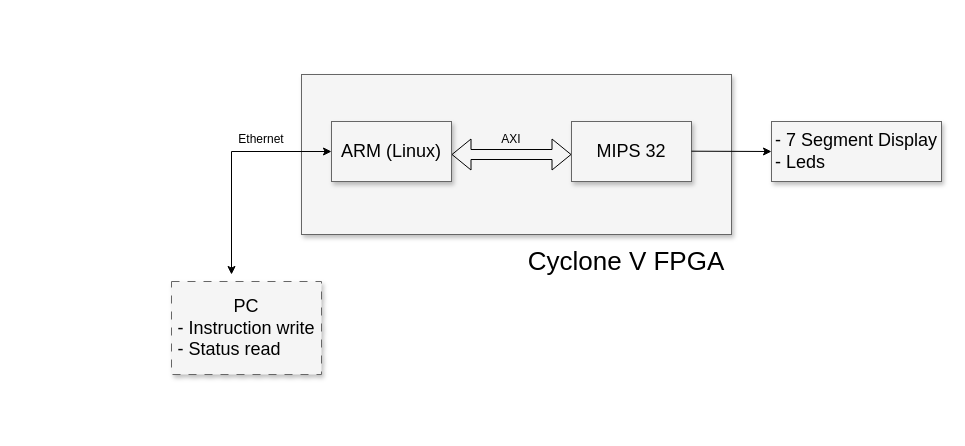
The draw.io diagram presentation/images/block_diagram.drawio in hvzzzz/cyclone_v_mips32, before the edit. Source tidied: cells renumbered, new cells numbered last; positions are measured from the earlier drawing's top-left corner, leaving out a move shared by most shapes. Both pictures are drawn from the tidied source at 100%, with x=0, y=0 at pixel (171, 74).
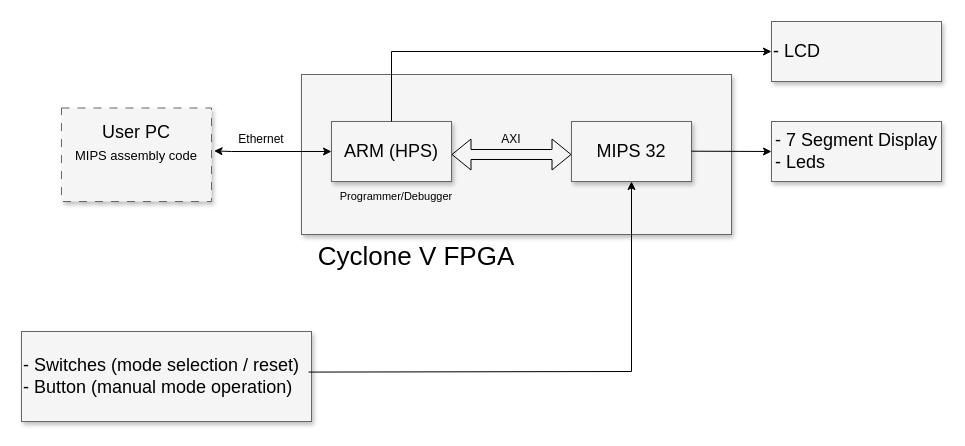
After the change.

Unchanged cells that the change refers to:
```xml
<mxCell id="5" value="MIPS 32" style="whiteSpace=wrap;html=1;shadow=1;fontSize=18;fillColor=#f5f5f5;strokeColor=#666666;" parent="1" vertex="1">
  <mxGeometry x="400" y="47" width="120" height="60" as="geometry" />
</mxCell>
```

Change to the diagram source:
```diff
@@
     <mxCell id="3" value="&lt;font style=&quot;font-size: 26px;&quot;&gt;Cyclone V FPGA&lt;/font&gt;" style="text;html=1;whiteSpace=wrap;strokeColor=none;fillColor=none;align=center;verticalAlign=middle;rounded=0;" parent="1" vertex="1">
-      <mxGeometry x="350" y="172" width="210" height="30" as="geometry" />
+      <mxGeometry x="140" y="167" width="210" height="30" as="geometry" />
     </mxCell>
-    <mxCell id="4" value="ARM (Linux)" style="whiteSpace=wrap;html=1;shadow=1;fontSize=18;fillColor=#f5f5f5;strokeColor=#666666;" parent="1" vertex="1">
+    <mxCell id="4" value="ARM (HPS)" style="whiteSpace=wrap;html=1;shadow=1;fontSize=18;fillColor=#f5f5f5;strokeColor=#666666;" parent="1" vertex="1">
       <mxGeometry x="160" y="47" width="120" height="60" as="geometry" />
     </mxCell>
@@
-    <mxCell id="10" style="endArrow=classic;startArrow=classic;html=1;rounded=0;" parent="1" edge="1">
+    <mxCell id="10" style="endArrow=classic;startArrow=classic;html=1;rounded=0;exitX=1.017;exitY=0.459;exitDx=0;exitDy=0;exitPerimeter=0;" parent="1" edge="1" source="11">
       <mxGeometry relative="1" as="geometry">
-        <mxPoint x="60" y="200" as="sourcePoint" />
         <mxPoint x="160" y="77" as="targetPoint" />
         <Array as="points">
           <mxPoint x="60" y="77" />
         </Array>
       </mxGeometry>
     </mxCell>
-    <mxCell id="11" value="&lt;div&gt;PC&lt;/div&gt;&lt;div align=&quot;left&quot;&gt;- Instruction write&lt;/div&gt;&lt;div align=&quot;left&quot;&gt;- Status read&lt;/div&gt;" style="whiteSpace=wrap;html=1;shadow=1;fontSize=18;fillColor=#f5f5f5;strokeColor=#666666;dashed=1;dashPattern=8 8;" parent="1" vertex="1">
-      <mxGeometry y="207" width="150" height="93" as="geometry" />
+    <mxCell id="11" value="&lt;div&gt;User PC&lt;/div&gt;&lt;div&gt;&lt;font style=&quot;font-size: 13px;&quot;&gt;MIPS assembly code&lt;/font&gt;&lt;/div&gt;&lt;div&gt;&lt;br&gt;&lt;/div&gt;" style="whiteSpace=wrap;html=1;shadow=1;fontSize=18;fillColor=#f5f5f5;strokeColor=#666666;dashed=1;dashPattern=8 8;" parent="1" vertex="1">
+      <mxGeometry x="-110" y="33.5" width="150" height="93.5" as="geometry" />
     </mxCell>
@@
+    <mxCell id="13" value="&lt;div align=&quot;left&quot;&gt;- LCD&lt;/div&gt;" style="whiteSpace=wrap;html=1;shadow=1;fontSize=18;fillColor=#f5f5f5;strokeColor=#666666;align=left;" parent="1" vertex="1">
+      <mxGeometry x="600" y="-53" width="170" height="60" as="geometry" />
+    </mxCell>
+    <mxCell id="14" style="endArrow=classic;html=1;rounded=0;exitX=0.5;exitY=0;exitDx=0;exitDy=0;entryX=0;entryY=0.5;entryDx=0;entryDy=0;" parent="1" edge="1" source="4" target="13">
+      <mxGeometry relative="1" as="geometry">
+        <Array as="points">
+          <mxPoint x="220" y="-23" />
+        </Array>
+      </mxGeometry>
+    </mxCell>
+    <mxCell id="15" value="Programmer/Debugger" style="text;html=1;whiteSpace=wrap;strokeColor=none;fillColor=none;align=center;verticalAlign=middle;rounded=0;fontSize=11;" parent="1" vertex="1">
+      <mxGeometry x="120" y="107" width="210" height="30" as="geometry" />
+    </mxCell>
+    <mxCell id="16" value="&lt;div align=&quot;left&quot;&gt;- Switches (mode selection / reset)&lt;/div&gt;&lt;div align=&quot;left&quot;&gt;- Button (manual mode operation)&lt;/div&gt;" style="whiteSpace=wrap;html=1;shadow=1;fontSize=18;fillColor=#f5f5f5;strokeColor=#666666;align=left;" parent="1" vertex="1">
+      <mxGeometry x="-150" y="257" width="290" height="90" as="geometry" />
+    </mxCell>
+    <mxCell id="17" style="endArrow=classic;html=1;rounded=0;exitX=0.99;exitY=0.451;exitDx=0;exitDy=0;entryX=0.5;entryY=1;entryDx=0;entryDy=0;exitPerimeter=0;" parent="1" edge="1" source="16" target="5">
+      <mxGeometry relative="1" as="geometry">
+        <Array as="points">
+          <mxPoint x="460" y="297" />
+        </Array>
+      </mxGeometry>
+    </mxCell>
```
